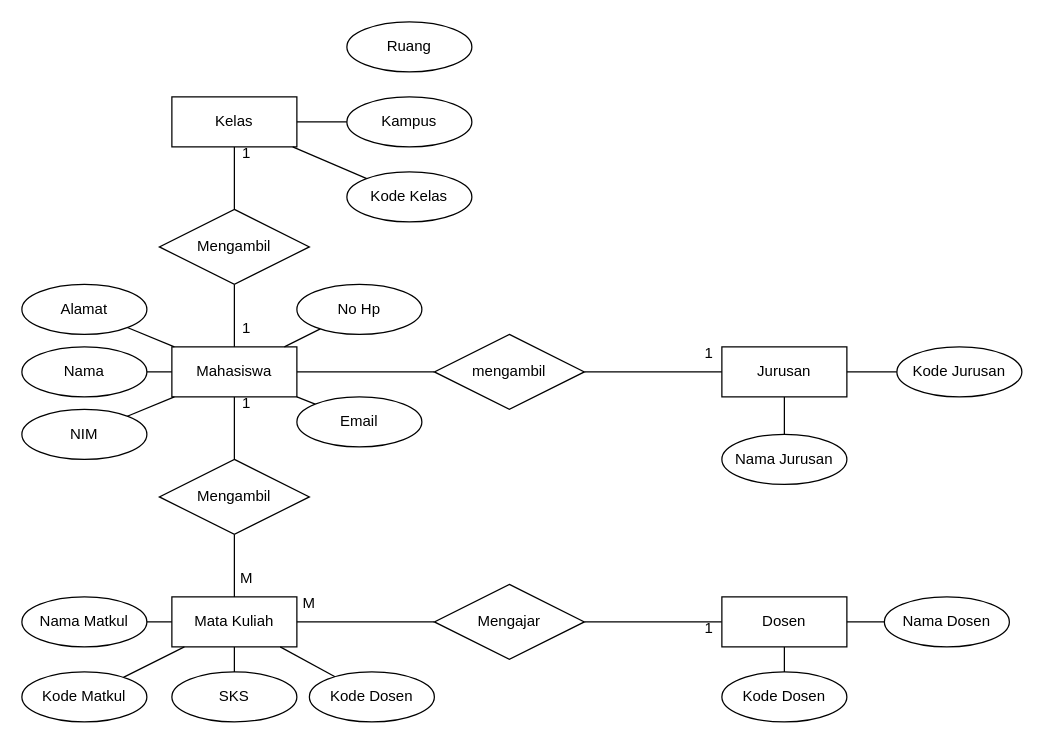
Before: BD UTS.drawio in afsalap/Algoritma-Sesi2-Af, a draw.io diagram. Source tidied: cells renumbered, new cells numbered last; positions are measured from the earlier drawing's top-left corner, leaving out a move shared by most shapes. Both pictures are drawn from the tidied source at 125%, with x=0, y=0 at pixel (21, 21).
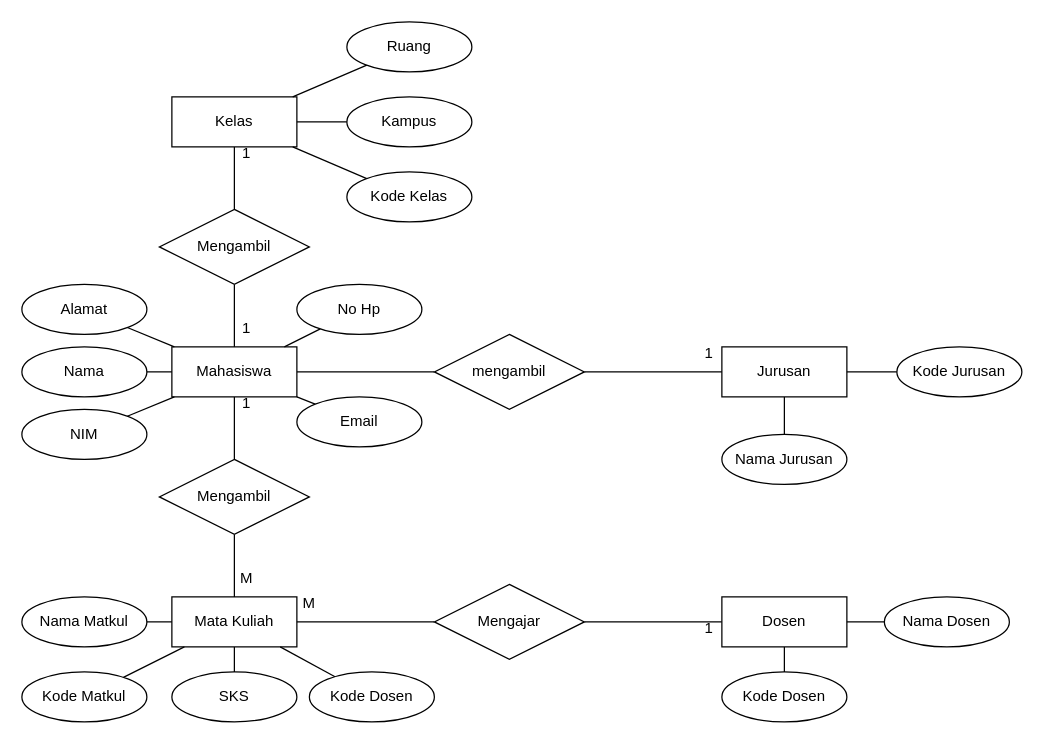
The same diagram, later.

Unchanged cells that the change refers to:
```xml
<mxCell id="16" value="Kelas" style="whiteSpace=wrap;html=1;align=center;" parent="1" vertex="1">
  <mxGeometry x="120" y="60" width="100" height="40" as="geometry" />
</mxCell>
<mxCell id="34" value="Ruang" style="ellipse;whiteSpace=wrap;html=1;align=center;labelBackgroundColor=default;" parent="1" vertex="1">
  <mxGeometry x="260" width="100" height="40" as="geometry" />
</mxCell>
```

Change to the diagram source:
```diff
@@
+    <mxCell id="57" style="edgeStyle=none;rounded=0;jettySize=auto;html=1;endArrow=none;endFill=0;" parent="1" edge="1" source="34" target="16">
+      <mxGeometry relative="1" as="geometry" />
+    </mxCell>
```
